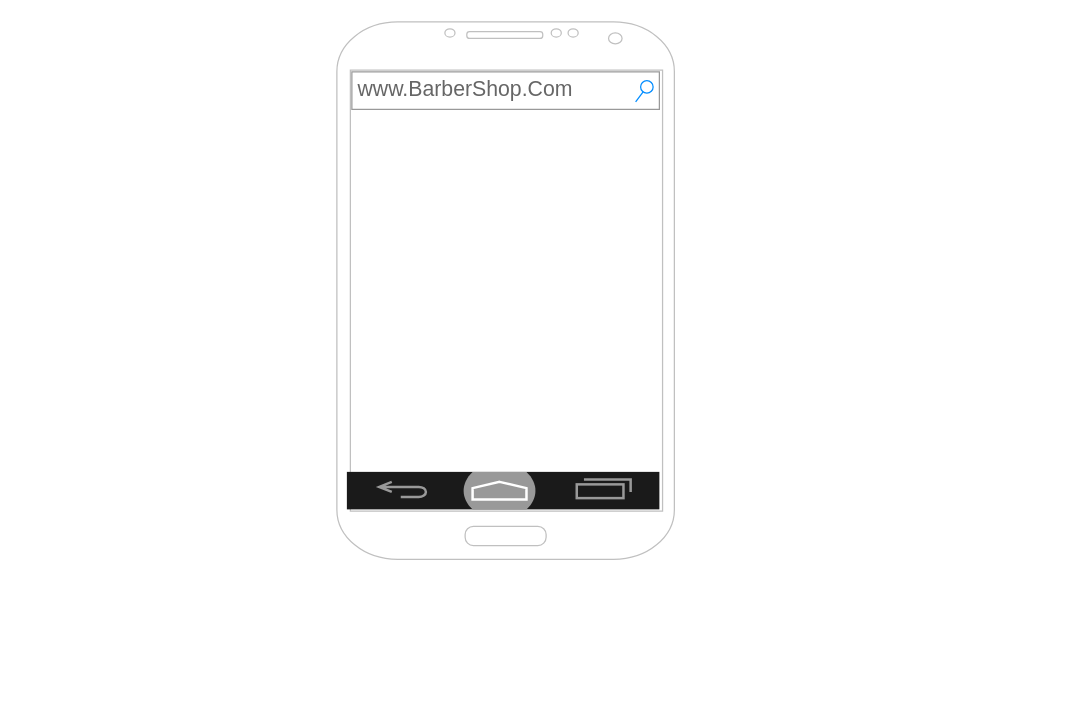
Above: Elaborato.drawio in alessiobonomo/5binf-elaborato (draw.io), before the change. Source tidied: cells renumbered, new cells numbered last; positions are measured from the earlier drawing's top-left corner, leaving out a move shared by most shapes. Both pictures are drawn from the tidied source at 125%, with x=0, y=0 at pixel (336, 21).
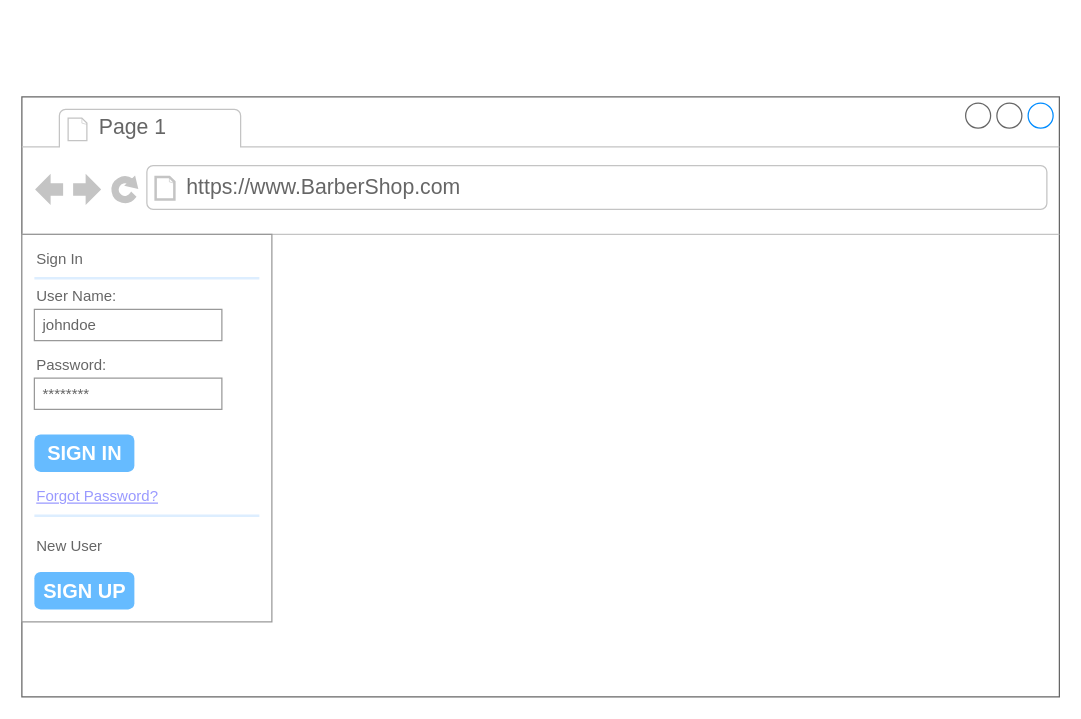
Above is the later version.

Change to the diagram source:
```diff
@@
-    <mxCell id="2" style="verticalLabelPosition=bottom;verticalAlign=top;html=1;shadow=0;dashed=0;strokeWidth=1;shape=mxgraph.android.phone2;strokeColor=#c0c0c0;" parent="1" vertex="1">
-      <mxGeometry width="270" height="430" as="geometry" />
-    </mxCell>
-    <mxCell id="3" value="www.BarberShop.Com" style="strokeWidth=1;shadow=0;dashed=0;align=center;html=1;shape=mxgraph.mockup.forms.searchBox;strokeColor=#999999;mainText=;strokeColor2=#008cff;fontColor=#666666;fontSize=17;align=left;spacingLeft=3;" parent="1" vertex="1">
-      <mxGeometry x="12" y="40" width="246" height="30" as="geometry" />
-    </mxCell>
-    <mxCell id="4" style="verticalLabelPosition=bottom;verticalAlign=top;html=1;shadow=0;dashed=0;strokeWidth=2;shape=mxgraph.android.navigation_bar_3;fillColor=#1A1A1A;strokeColor=#999999;" parent="1" vertex="1">
-      <mxGeometry x="8" y="360" width="250" height="30" as="geometry" />
-    </mxCell>
+    <mxCell id="5" style="strokeWidth=1;shadow=0;dashed=0;align=center;html=1;shape=mxgraph.mockup.containers.browserWindow;rSize=0;strokeColor=#666666;strokeColor2=#008cff;strokeColor3=#c4c4c4;mainText=,;" parent="1" vertex="1">
+      <mxGeometry x="-252" y="60" width="830" height="480" as="geometry" />
+    </mxCell>
+    <mxCell id="6" value="Page 1" style="strokeWidth=1;shadow=0;dashed=0;align=center;html=1;shape=mxgraph.mockup.containers.anchor;fontSize=17;fontColor=#666666;align=left;" parent="5" vertex="1">
+      <mxGeometry x="60" y="12" width="110" height="26" as="geometry" />
+    </mxCell>
+    <mxCell id="7" value="https://www.BarberShop.com" style="strokeWidth=1;shadow=0;dashed=0;align=center;html=1;shape=mxgraph.mockup.containers.anchor;rSize=0;fontSize=17;fontColor=#666666;align=left;" parent="5" vertex="1">
+      <mxGeometry x="130" y="60" width="250" height="26" as="geometry" />
+    </mxCell>
+    <mxCell id="8" style="strokeWidth=1;shadow=0;dashed=0;align=center;html=1;shape=mxgraph.mockup.forms.rrect;rSize=0;strokeColor=#999999;fillColor=#ffffff;" parent="5" vertex="1">
+      <mxGeometry y="110" width="200" height="310" as="geometry" />
+    </mxCell>
+    <mxCell id="9" value="Sign In" style="strokeWidth=1;shadow=0;dashed=0;align=center;html=1;shape=mxgraph.mockup.forms.anchor;fontSize=12;fontColor=#666666;align=left;spacingLeft=0;" parent="8" vertex="1">
+      <mxGeometry width="100" height="20" relative="1" as="geometry">
+        <mxPoint x="10" y="10" as="offset" />
+      </mxGeometry>
+    </mxCell>
+    <mxCell id="10" style="shape=line;strokeColor=#ddeeff;strokeWidth=2;html=1;" parent="8" vertex="1">
+      <mxGeometry width="180" height="10" relative="1" as="geometry">
+        <mxPoint x="10" y="30" as="offset" />
+      </mxGeometry>
+    </mxCell>
+    <mxCell id="11" value="User Name:" style="strokeWidth=1;shadow=0;dashed=0;align=center;html=1;shape=mxgraph.mockup.forms.anchor;fontSize=12;fontColor=#666666;align=left;spacingLeft=0;" parent="8" vertex="1">
+      <mxGeometry width="100" height="20" relative="1" as="geometry">
+        <mxPoint x="10" y="40" as="offset" />
+      </mxGeometry>
+    </mxCell>
+    <mxCell id="12" value="johndoe" style="strokeWidth=1;shadow=0;dashed=0;align=center;html=1;shape=mxgraph.mockup.forms.rrect;rSize=0;strokeColor=#999999;fontColor=#666666;align=left;spacingLeft=5;" parent="8" vertex="1">
+      <mxGeometry width="150" height="25" relative="1" as="geometry">
+        <mxPoint x="10" y="60" as="offset" />
+      </mxGeometry>
+    </mxCell>
+    <mxCell id="13" value="Password:" style="strokeWidth=1;shadow=0;dashed=0;align=center;html=1;shape=mxgraph.mockup.forms.anchor;fontSize=12;fontColor=#666666;align=left;spacingLeft=0;" parent="8" vertex="1">
+      <mxGeometry width="100" height="20" relative="1" as="geometry">
+        <mxPoint x="10" y="95" as="offset" />
+      </mxGeometry>
+    </mxCell>
+    <mxCell id="14" value="********" style="strokeWidth=1;shadow=0;dashed=0;align=center;html=1;shape=mxgraph.mockup.forms.rrect;rSize=0;strokeColor=#999999;fontColor=#666666;align=left;spacingLeft=5;" parent="8" vertex="1">
+      <mxGeometry width="150" height="25" relative="1" as="geometry">
+        <mxPoint x="10" y="115" as="offset" />
+      </mxGeometry>
+    </mxCell>
+    <mxCell id="15" value="SIGN IN" style="strokeWidth=1;shadow=0;dashed=0;align=center;html=1;shape=mxgraph.mockup.forms.rrect;rSize=5;strokeColor=none;fontColor=#ffffff;fillColor=#66bbff;fontSize=16;fontStyle=1;" parent="8" vertex="1">
+      <mxGeometry y="1" width="80" height="30" relative="1" as="geometry">
+        <mxPoint x="10" y="-150" as="offset" />
+      </mxGeometry>
+    </mxCell>
+    <mxCell id="16" value="Forgot Password?" style="strokeWidth=1;shadow=0;dashed=0;align=center;html=1;shape=mxgraph.mockup.forms.anchor;fontSize=12;fontColor=#9999ff;align=left;spacingLeft=0;fontStyle=4;" parent="8" vertex="1">
+      <mxGeometry y="1" width="150" height="20" relative="1" as="geometry">
+        <mxPoint x="10" y="-110" as="offset" />
+      </mxGeometry>
+    </mxCell>
+    <mxCell id="17" style="shape=line;strokeColor=#ddeeff;strokeWidth=2;html=1;" parent="8" vertex="1">
+      <mxGeometry y="1" width="180" height="10" relative="1" as="geometry">
+        <mxPoint x="10" y="-90" as="offset" />
+      </mxGeometry>
+    </mxCell>
+    <mxCell id="18" value="New User" style="strokeWidth=1;shadow=0;dashed=0;align=center;html=1;shape=mxgraph.mockup.forms.anchor;fontSize=12;fontColor=#666666;align=left;spacingLeft=0;" parent="8" vertex="1">
+      <mxGeometry y="1" width="150" height="20" relative="1" as="geometry">
+        <mxPoint x="10" y="-70" as="offset" />
+      </mxGeometry>
+    </mxCell>
+    <mxCell id="19" value="SIGN UP" style="strokeWidth=1;shadow=0;dashed=0;align=center;html=1;shape=mxgraph.mockup.forms.rrect;rSize=5;strokeColor=none;fontColor=#ffffff;fillColor=#66bbff;fontSize=16;fontStyle=1;" parent="8" vertex="1">
+      <mxGeometry y="1" width="80" height="30" relative="1" as="geometry">
+        <mxPoint x="10" y="-40" as="offset" />
+      </mxGeometry>
+    </mxCell>
```
